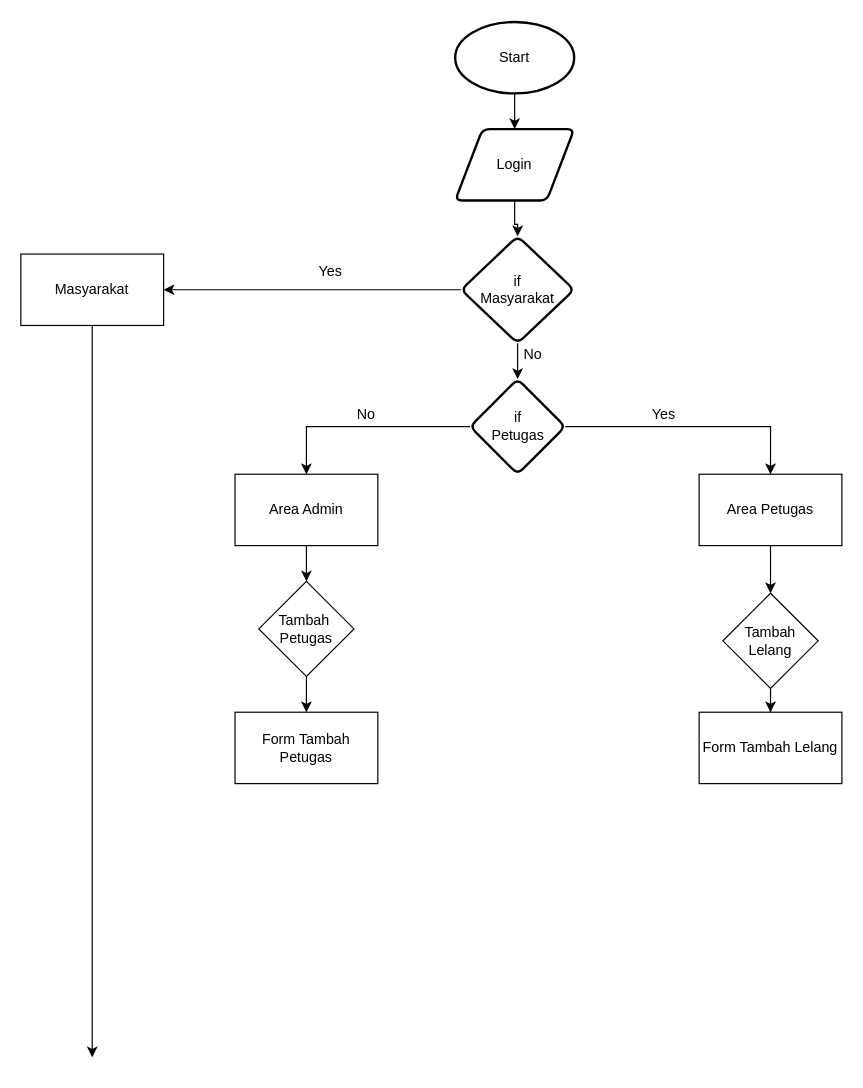
Above: page "Flowchart Admin/Petugas" (5 of 6) of Untitled Diagram.drawio in Enricko/UML (draw.io), before the change. Source tidied: cells renumbered, new cells numbered last; positions are measured from the earlier drawing's top-left corner, leaving out a move shared by most shapes. Both pictures are drawn from the tidied source at 119%, with x=0, y=0 at pixel (20, 21).
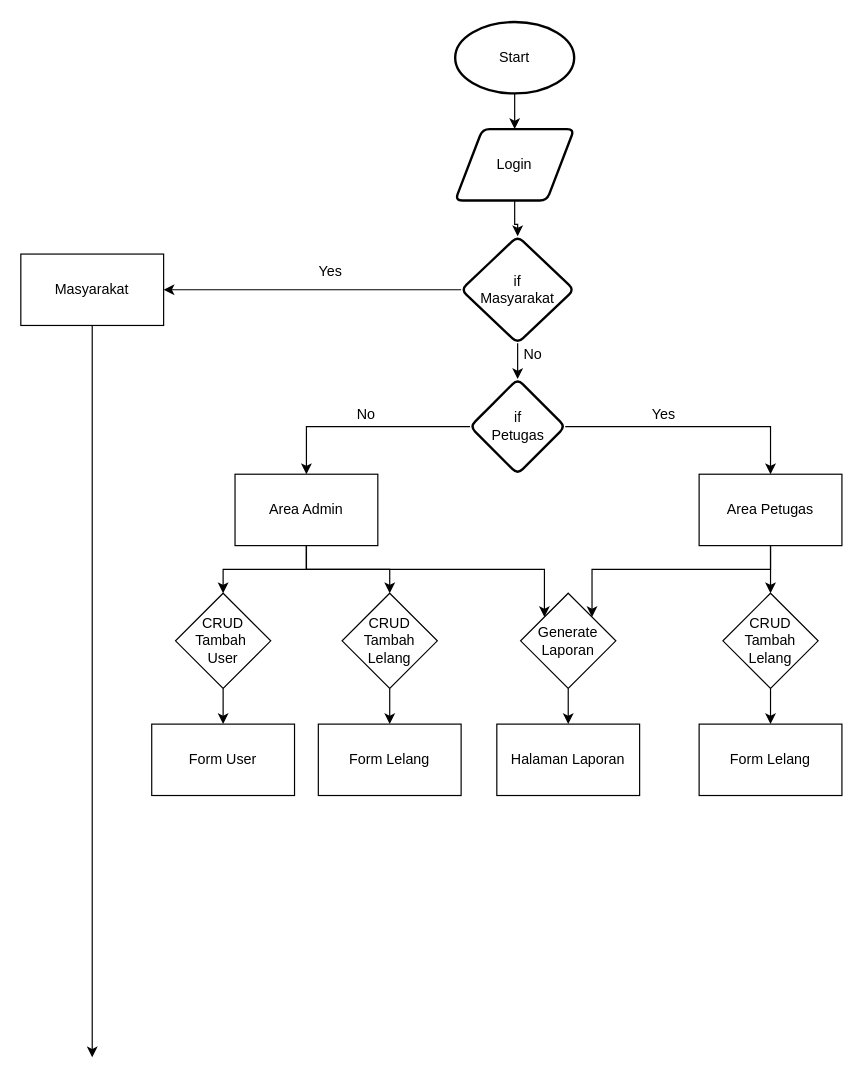
The same diagram, later.

The change refers to these unchanged cells:
```xml
<mxCell id="17" value="Area Admin" style="rounded=0;whiteSpace=wrap;html=1;" parent="1" vertex="1">
  <mxGeometry x="180" y="380" width="120" height="60" as="geometry" />
</mxCell>
<mxCell id="20" value="Area Petugas" style="rounded=0;whiteSpace=wrap;html=1;" parent="1" vertex="1">
  <mxGeometry x="570" y="380" width="120" height="60" as="geometry" />
</mxCell>
```

What changed in the source:
```diff
@@
+    <mxCell id="28" style="edgeStyle=orthogonalEdgeStyle;rounded=0;jettySize=auto;html=1;exitX=0.5;exitY=1;exitDx=0;exitDy=0;entryX=0.5;entryY=0;entryDx=0;entryDy=0;" parent="1" edge="1" source="17" target="32">
+      <mxGeometry relative="1" as="geometry" />
+    </mxCell>
+    <mxCell id="29" style="edgeStyle=orthogonalEdgeStyle;rounded=0;jettySize=auto;html=1;exitX=0.5;exitY=1;exitDx=0;exitDy=0;entryX=0;entryY=0;entryDx=0;entryDy=0;" parent="1" edge="1" source="17" target="35">
+      <mxGeometry relative="1" as="geometry" />
+    </mxCell>
@@
+    <mxCell id="30" style="edgeStyle=orthogonalEdgeStyle;rounded=0;jettySize=auto;html=1;exitX=0.5;exitY=1;exitDx=0;exitDy=0;entryX=1;entryY=0;entryDx=0;entryDy=0;" parent="1" edge="1" source="20" target="35">
+      <mxGeometry relative="1" as="geometry" />
+    </mxCell>
@@
-    <mxCell id="23" value="Tambah&amp;nbsp;&lt;br&gt;Petugas" style="rhombus;whiteSpace=wrap;html=1;rounded=0;" parent="1" vertex="1">
-      <mxGeometry x="200" y="470" width="80" height="80" as="geometry" />
+    <mxCell id="23" value="CRUD Tambah&amp;nbsp;&lt;br&gt;User" style="rhombus;whiteSpace=wrap;html=1;rounded=0;" parent="1" vertex="1">
+      <mxGeometry x="130" y="480" width="80" height="80" as="geometry" />
     </mxCell>
-    <mxCell id="24" value="Form Tambah Petugas" style="whiteSpace=wrap;html=1;rounded=0;" parent="1" vertex="1">
-      <mxGeometry x="180" y="580" width="120" height="60" as="geometry" />
+    <mxCell id="24" value="Form User" style="whiteSpace=wrap;html=1;rounded=0;" parent="1" vertex="1">
+      <mxGeometry x="110" y="590" width="120" height="60" as="geometry" />
     </mxCell>
@@
-    <mxCell id="26" value="Tambah Lelang" style="rhombus;whiteSpace=wrap;html=1;rounded=0;" parent="1" vertex="1">
+    <mxCell id="26" value="CRUD Tambah Lelang" style="rhombus;whiteSpace=wrap;html=1;rounded=0;" parent="1" vertex="1">
       <mxGeometry x="590" y="480" width="80" height="80" as="geometry" />
     </mxCell>
-    <mxCell id="27" value="Form Tambah Lelang" style="whiteSpace=wrap;html=1;rounded=0;" parent="1" vertex="1">
-      <mxGeometry x="570" y="580" width="120" height="60" as="geometry" />
+    <mxCell id="27" value="Form Lelang" style="whiteSpace=wrap;html=1;rounded=0;" parent="1" vertex="1">
+      <mxGeometry x="570" y="590" width="120" height="60" as="geometry" />
     </mxCell>
+    <mxCell id="31" style="edgeStyle=orthogonalEdgeStyle;rounded=0;jettySize=auto;html=1;" parent="1" edge="1" source="32" target="33">
+      <mxGeometry relative="1" as="geometry" />
+    </mxCell>
+    <mxCell id="32" value="CRUD Tambah Lelang" style="rhombus;whiteSpace=wrap;html=1;rounded=0;" parent="1" vertex="1">
+      <mxGeometry x="270" y="480" width="80" height="80" as="geometry" />
+    </mxCell>
+    <mxCell id="33" value="Form Lelang" style="whiteSpace=wrap;html=1;rounded=0;" parent="1" vertex="1">
+      <mxGeometry x="250" y="590" width="120" height="60" as="geometry" />
+    </mxCell>
+    <mxCell id="34" style="edgeStyle=orthogonalEdgeStyle;rounded=0;jettySize=auto;html=1;" parent="1" edge="1" source="35" target="36">
+      <mxGeometry relative="1" as="geometry" />
+    </mxCell>
+    <mxCell id="35" value="Generate Laporan" style="rhombus;whiteSpace=wrap;html=1;rounded=0;" parent="1" vertex="1">
+      <mxGeometry x="420" y="480" width="80" height="80" as="geometry" />
+    </mxCell>
+    <mxCell id="36" value="Halaman Laporan" style="whiteSpace=wrap;html=1;rounded=0;" parent="1" vertex="1">
+      <mxGeometry x="400" y="590" width="120" height="60" as="geometry" />
+    </mxCell>
```
